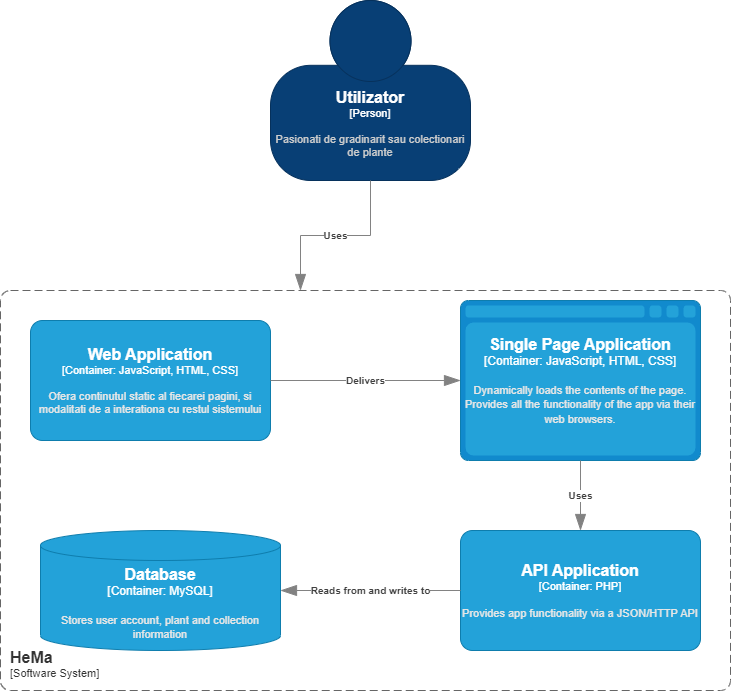
MistreanuEmanuela/Proiect-web keeps this draw.io diagram as Documentation/C4_nivel2.drawio.png. Above is the earlier version. Source tidied: cells renumbered, new cells last; positions are measured from the earlier drawing's top-left corner, leaving out a move shared by most shapes.
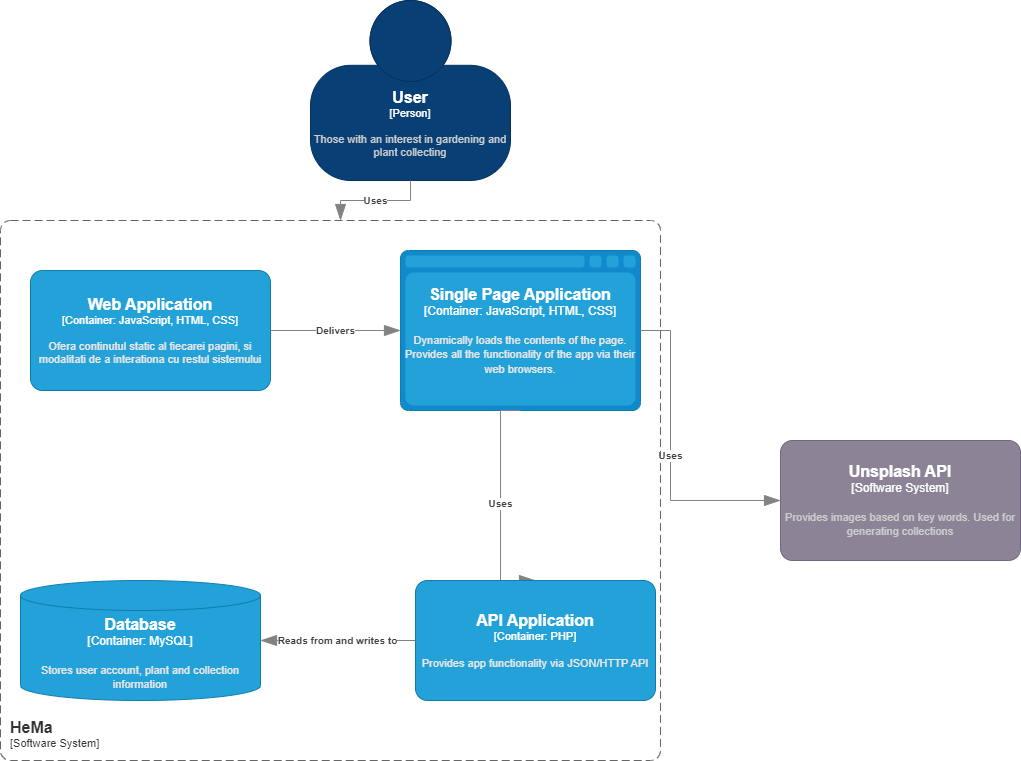
The same file after the commit.

Change to the diagram source:
```diff
@@ -2,31 +2,14 @@
   <root>
     <mxCell id="0" />
     <mxCell id="1" parent="0" />
-    <object id="2" label="&lt;font style=&quot;font-size: 16px&quot;&gt;&lt;b&gt;%c4Name%&lt;/b&gt;&lt;/font&gt;&lt;div&gt;[%c4Type%]&lt;/div&gt;&lt;br&gt;&lt;div&gt;&lt;font style=&quot;font-size: 11px&quot;&gt;&lt;font color=&quot;#cccccc&quot;&gt;%c4Description%&lt;/font&gt;&lt;/div&gt;" c4Description="Pasionati de gradinarit sau colectionari de plante" c4Name="Utilizator" c4Type="Person" placeholders="1">
-      <mxCell style="html=1;fontSize=11;dashed=0;whiteSpace=wrap;fillColor=#083F75;strokeColor=#06315C;fontColor=#ffffff;shape=mxgraph.c4.person2;align=center;points=[[0.5,0,0],[1,0.5,0],[1,0.75,0],[0.75,1,0],[0.5,1,0],[0.25,1,0],[0,0.75,0],[0,0.5,0]];" parent="1" vertex="1">
-        <mxGeometry x="270" width="200" height="180" as="geometry" />
-      </mxCell>
-    </object>
-    <object id="3" label="&lt;font style=&quot;font-size: 16px&quot;&gt;&lt;b&gt;&lt;div style=&quot;text-align: left&quot;&gt;%c4Name%&lt;/div&gt;&lt;/b&gt;&lt;/font&gt;&lt;div style=&quot;text-align: left&quot;&gt;[%c4Application%]&lt;/div&gt;" c4Application="Software System" c4Name="HeMa" c4Type="SystemScopeBoundary" placeholders="1">
-      <mxCell style="rounded=1;fontSize=11;whiteSpace=wrap;html=1;dashed=1;arcSize=20;fillColor=none;strokeColor=#666666;fontColor=#333333;labelBackgroundColor=none;align=left;verticalAlign=bottom;labelBorderColor=none;spacingTop=0;spacing=10;dashPattern=8 4;perimeter=rectanglePerimeter;noLabel=0;labelPadding=0;absoluteArcSize=1;" parent="1" vertex="1">
-        <mxGeometry y="290" width="730" height="400" as="geometry" />
-      </mxCell>
-    </object>
-    <object id="4" label="&lt;div style=&quot;text-align: left&quot;&gt;&lt;div style=&quot;text-align: center&quot;&gt;&lt;b&gt;%c4Description%&lt;/b&gt;&lt;/div&gt;" c4Description="Uses" c4Type="Relationship" placeholders="1">
-      <mxCell style="endArrow=blockThin;html=1;fontSize=10;fontColor=#404040;strokeWidth=1;endFill=1;strokeColor=#828282;elbow=vertical;endSize=14;startSize=14;jumpStyle=arc;jumpSize=16;rounded=0;edgeStyle=orthogonalEdgeStyle;exitX=0.5;exitY=1;exitDx=0;exitDy=0;exitPerimeter=0;" parent="1" edge="1" source="2">
-        <mxGeometry relative="1" as="geometry">
-          <mxPoint x="300" y="290" as="targetPoint" />
-        </mxGeometry>
-      </mxCell>
-    </object>
     <object id="5" label="&lt;font style=&quot;font-size: 16px&quot;&gt;&lt;b&gt;%c4Name%&lt;/b&gt;&lt;/font&gt;&lt;div&gt;[%c4Type%: %c4Technology%]&lt;/div&gt;&lt;br&gt;&lt;div&gt;&lt;font style=&quot;font-size: 11px&quot;&gt;&lt;font color=&quot;#E6E6E6&quot;&gt;%c4Description%&lt;/font&gt;&lt;/div&gt;" c4Description="Ofera continutul static al fiecarei pagini, si modalitati de a interationa cu restul sistemului" c4Name="Web Application" c4Technology="JavaScript, HTML, CSS" c4Type="Container" placeholders="1">
       <mxCell style="rounded=1;whiteSpace=wrap;html=1;fontSize=11;labelBackgroundColor=none;fillColor=#23A2D9;fontColor=#ffffff;align=center;arcSize=10;strokeColor=#0E7DAD;points=[[0.25,0,0],[0.5,0,0],[0.75,0,0],[1,0.25,0],[1,0.5,0],[1,0.75,0],[0.75,1,0],[0.5,1,0],[0.25,1,0],[0,0.75,0],[0,0.5,0],[0,0.25,0]];" parent="1" vertex="1">
-        <mxGeometry x="30" y="320" width="240" height="120" as="geometry" />
+        <mxGeometry x="-10" y="230" width="240" height="120" as="geometry" />
       </mxCell>
     </object>
     <object id="6" label="&lt;font style=&quot;font-size: 16px&quot;&gt;&lt;b&gt;%c4Type%&lt;/b&gt;&lt;/font&gt;&lt;div&gt;[%c4Container%:&amp;nbsp;%c4Technology%]&lt;/div&gt;&lt;br&gt;&lt;div&gt;&lt;font style=&quot;font-size: 11px&quot;&gt;&lt;font color=&quot;#E6E6E6&quot;&gt;%c4Description%&lt;/font&gt;&lt;/div&gt;" c4Container="Container" c4Description="Dynamically loads the contents of the page. Provides all the functionality of the app via their web browsers." c4Technology="JavaScript, HTML, CSS" c4Type="Single Page Application" placeholders="1">
       <mxCell style="shape=mxgraph.c4.webBrowserContainer2;whiteSpace=wrap;html=1;boundedLbl=1;rounded=0;labelBackgroundColor=none;strokeColor=#118ACD;fillColor=#23A2D9;strokeColor=#118ACD;strokeColor2=#0E7DAD;fontSize=12;fontColor=#ffffff;align=center;points=[[0.5,0,0],[1,0.25,0],[1,0.5,0],[1,0.75,0],[0.5,1,0],[0,0.75,0],[0,0.5,0],[0,0.25,0]];" parent="1" vertex="1">
-        <mxGeometry x="460" y="300" width="240" height="160" as="geometry" />
+        <mxGeometry x="360" y="210" width="240" height="160" as="geometry" />
       </mxCell>
     </object>
     <object id="7" label="&lt;div style=&quot;text-align: left&quot;&gt;&lt;div style=&quot;text-align: center&quot;&gt;&lt;b&gt;%c4Description%&lt;/b&gt;&lt;/div&gt;" c4Description="Delivers" c4Type="Relationship" placeholders="1">
@@ -34,25 +17,70 @@
         <mxGeometry relative="1" as="geometry" />
       </mxCell>
     </object>
-    <object id="8" label="&lt;font style=&quot;font-size: 16px&quot;&gt;&lt;b&gt;%c4Name%&lt;/b&gt;&lt;/font&gt;&lt;div&gt;[%c4Type%: %c4Technology%]&lt;/div&gt;&lt;br&gt;&lt;div&gt;&lt;font style=&quot;font-size: 11px&quot;&gt;&lt;font color=&quot;#E6E6E6&quot;&gt;%c4Description%&lt;/font&gt;&lt;/div&gt;" c4Description="Provides app functionality via a JSON/HTTP API" c4Name="API Application" c4Technology="PHP" c4Type="Container" placeholders="1">
-      <mxCell style="rounded=1;whiteSpace=wrap;html=1;fontSize=11;labelBackgroundColor=none;fillColor=#23A2D9;fontColor=#ffffff;align=center;arcSize=10;strokeColor=#0E7DAD;points=[[0.25,0,0],[0.5,0,0],[0.75,0,0],[1,0.25,0],[1,0.5,0],[1,0.75,0],[0.75,1,0],[0.5,1,0],[0.25,1,0],[0,0.75,0],[0,0.5,0],[0,0.25,0]];" parent="1" vertex="1">
-        <mxGeometry x="460" y="530" width="240" height="120" as="geometry" />
-      </mxCell>
-    </object>
     <object id="9" label="&lt;div style=&quot;text-align: left&quot;&gt;&lt;div style=&quot;text-align: center&quot;&gt;&lt;b&gt;%c4Description%&lt;/b&gt;&lt;/div&gt;" c4Description="Uses" c4Type="Relationship" placeholders="1">
-      <mxCell style="endArrow=blockThin;html=1;fontSize=10;fontColor=#404040;strokeWidth=1;endFill=1;strokeColor=#828282;elbow=vertical;endSize=14;startSize=14;jumpStyle=arc;jumpSize=16;rounded=0;edgeStyle=orthogonalEdgeStyle;entryX=0.5;entryY=0;entryDx=0;entryDy=0;entryPerimeter=0;exitX=0.5;exitY=1;exitDx=0;exitDy=0;exitPerimeter=0;" parent="1" edge="1" source="6" target="8">
-        <mxGeometry relative="1" as="geometry" />
+      <mxCell style="endArrow=blockThin;html=1;fontSize=10;fontColor=#404040;strokeWidth=1;endFill=1;strokeColor=#828282;elbow=vertical;endSize=14;startSize=14;jumpStyle=arc;jumpSize=16;rounded=0;edgeStyle=orthogonalEdgeStyle;exitX=0.5;exitY=1;exitDx=0;exitDy=0;exitPerimeter=0;entryX=0.5;entryY=0;entryDx=0;entryDy=0;entryPerimeter=0;" parent="1" edge="1" source="6" target="8">
+        <mxGeometry relative="1" as="geometry">
+          <Array as="points">
+            <mxPoint x="460" y="540" />
+          </Array>
+        </mxGeometry>
       </mxCell>
     </object>
     <object id="10" label="&lt;font style=&quot;font-size: 16px&quot;&gt;&lt;b&gt;%c4Type%&lt;/b&gt;&lt;/font&gt;&lt;div&gt;[%c4Container%:&amp;nbsp;%c4Technology%]&lt;/div&gt;&lt;br&gt;&lt;div&gt;&lt;font style=&quot;font-size: 11px&quot;&gt;&lt;font color=&quot;#E6E6E6&quot;&gt;%c4Description%&lt;/font&gt;&lt;/div&gt;" c4Container="Container" c4Description="Stores user account, plant and collection information" c4Technology="MySQL" c4Type="Database" placeholders="1">
       <mxCell style="shape=cylinder3;size=15;whiteSpace=wrap;html=1;boundedLbl=1;rounded=0;labelBackgroundColor=none;fillColor=#23A2D9;fontSize=12;fontColor=#ffffff;align=center;strokeColor=#0E7DAD;points=[[0.5,0,0],[1,0.25,0],[1,0.5,0],[1,0.75,0],[0.5,1,0],[0,0.75,0],[0,0.5,0],[0,0.25,0]];" parent="1" vertex="1">
-        <mxGeometry x="40" y="530" width="240" height="120" as="geometry" />
+        <mxGeometry x="-20" y="540" width="240" height="120" as="geometry" />
       </mxCell>
     </object>
     <object id="11" label="&lt;div style=&quot;text-align: left&quot;&gt;&lt;div style=&quot;text-align: center&quot;&gt;&lt;b&gt;%c4Description%&lt;/b&gt;&lt;/div&gt;" c4Description="Reads from and writes to" c4Type="Relationship" placeholders="1">
       <mxCell style="endArrow=blockThin;html=1;fontSize=10;fontColor=#404040;strokeWidth=1;endFill=1;strokeColor=#828282;elbow=vertical;endSize=14;startSize=14;jumpStyle=arc;jumpSize=16;rounded=0;edgeStyle=orthogonalEdgeStyle;entryX=1;entryY=0.5;entryDx=0;entryDy=0;entryPerimeter=0;exitX=0;exitY=0.5;exitDx=0;exitDy=0;exitPerimeter=0;" parent="1" edge="1" source="8" target="10">
-        <mxGeometry relative="1" as="geometry" />
+        <mxGeometry relative="1" as="geometry">
+          <Array as="points">
+            <mxPoint x="230" y="600" />
+          </Array>
+        </mxGeometry>
       </mxCell>
     </object>
+    <object id="8" label="&lt;font style=&quot;font-size: 16px&quot;&gt;&lt;b&gt;%c4Name%&lt;/b&gt;&lt;/font&gt;&lt;div&gt;[%c4Type%: %c4Technology%]&lt;/div&gt;&lt;br&gt;&lt;div&gt;&lt;font style=&quot;font-size: 11px&quot;&gt;&lt;font color=&quot;#E6E6E6&quot;&gt;%c4Description%&lt;/font&gt;&lt;/div&gt;" c4Description="Provides app functionality via JSON/HTTP API" c4Name="API Application" c4Technology="PHP" c4Type="Container" placeholders="1">
+      <mxCell style="rounded=1;whiteSpace=wrap;html=1;fontSize=11;labelBackgroundColor=none;fillColor=#23A2D9;fontColor=#ffffff;align=center;arcSize=10;strokeColor=#0E7DAD;points=[[0.25,0,0],[0.5,0,0],[0.75,0,0],[1,0.25,0],[1,0.5,0],[1,0.75,0],[0.75,1,0],[0.5,1,0],[0.25,1,0],[0,0.75,0],[0,0.5,0],[0,0.25,0]];" parent="1" vertex="1">
+        <mxGeometry x="375" y="540" width="240" height="120" as="geometry" />
+      </mxCell>
+    </object>
+    <object id="12" label="&lt;div style=&quot;text-align: left&quot;&gt;&lt;div style=&quot;text-align: center&quot;&gt;&lt;b&gt;%c4Description%&lt;/b&gt;&lt;/div&gt;" c4Description="Uses" c4Type="Relationship" placeholders="1">
+      <mxCell style="endArrow=blockThin;html=1;fontSize=10;fontColor=#404040;strokeWidth=1;endFill=1;strokeColor=#828282;elbow=vertical;endSize=14;startSize=14;jumpStyle=arc;jumpSize=16;rounded=0;edgeStyle=orthogonalEdgeStyle;exitX=1;exitY=0.5;exitDx=0;exitDy=0;exitPerimeter=0;entryX=0;entryY=0.5;entryDx=0;entryDy=0;entryPerimeter=0;" parent="1" edge="1" source="6" target="13">
+        <mxGeometry relative="1" as="geometry">
+          <Array as="points">
+            <mxPoint x="630" y="290" />
+            <mxPoint x="630" y="460" />
+            <mxPoint x="740" y="460" />
+          </Array>
+        </mxGeometry>
+      </mxCell>
+    </object>
+    <object id="13" label="&lt;font style=&quot;font-size: 16px&quot;&gt;&lt;b&gt;%c4Name%&lt;/b&gt;&lt;/font&gt;&lt;div&gt;[%c4Type%]&lt;/div&gt;&lt;br&gt;&lt;div&gt;&lt;font style=&quot;font-size: 11px&quot;&gt;&lt;font color=&quot;#cccccc&quot;&gt;%c4Description%&lt;/font&gt;&lt;/div&gt;" c4Description="Provides images based on key words. Used for generating collections" c4Name="Unsplash API" c4Type="Software System" placeholders="1">
+      <mxCell style="rounded=1;whiteSpace=wrap;html=1;labelBackgroundColor=none;fillColor=#8C8496;fontColor=#ffffff;align=center;arcSize=10;strokeColor=#736782;points=[[0.25,0,0],[0.5,0,0],[0.75,0,0],[1,0.25,0],[1,0.5,0],[1,0.75,0],[0.75,1,0],[0.5,1,0],[0.25,1,0],[0,0.75,0],[0,0.5,0],[0,0.25,0]];" parent="1" vertex="1">
+        <mxGeometry x="740" y="400" width="240" height="120" as="geometry" />
+      </mxCell>
+    </object>
+    <object id="2" label="&lt;font style=&quot;font-size: 16px&quot;&gt;&lt;b&gt;%c4Name%&lt;/b&gt;&lt;/font&gt;&lt;div&gt;[%c4Type%]&lt;/div&gt;&lt;br&gt;&lt;div&gt;&lt;font style=&quot;font-size: 11px&quot;&gt;&lt;font color=&quot;#cccccc&quot;&gt;%c4Description%&lt;/font&gt;&lt;/div&gt;" c4Description="Those with an interest in gardening and plant collecting" c4Name="User" c4Type="Person" placeholders="1">
+      <mxCell style="html=1;fontSize=11;dashed=0;whiteSpace=wrap;fillColor=#083F75;strokeColor=#06315C;fontColor=#ffffff;shape=mxgraph.c4.person2;align=center;points=[[0.5,0,0],[1,0.5,0],[1,0.75,0],[0.75,1,0],[0.5,1,0],[0.25,1,0],[0,0.75,0],[0,0.5,0]];" parent="1" vertex="1">
+        <mxGeometry x="270" y="-40" width="200" height="180" as="geometry" />
+      </mxCell>
+    </object>
+    <object id="4" label="&lt;div style=&quot;text-align: left&quot;&gt;&lt;div style=&quot;text-align: center&quot;&gt;&lt;b&gt;%c4Description%&lt;/b&gt;&lt;/div&gt;" c4Description="Uses" c4Type="Relationship" placeholders="1">
+      <mxCell style="endArrow=blockThin;html=1;fontSize=10;fontColor=#404040;strokeWidth=1;endFill=1;strokeColor=#828282;elbow=vertical;endSize=14;startSize=14;jumpStyle=arc;jumpSize=16;rounded=0;edgeStyle=orthogonalEdgeStyle;exitX=0.5;exitY=1;exitDx=0;exitDy=0;exitPerimeter=0;" parent="1" edge="1" source="2">
+        <mxGeometry relative="1" as="geometry">
+          <mxPoint x="300" y="180" as="targetPoint" />
+          <Array as="points">
+            <mxPoint x="370" y="160" />
+            <mxPoint x="300" y="160" />
+          </Array>
+        </mxGeometry>
+      </mxCell>
+    </object>
+    <object id="3" label="&lt;font style=&quot;font-size: 16px&quot;&gt;&lt;b&gt;&lt;div style=&quot;text-align: left&quot;&gt;%c4Name%&lt;/div&gt;&lt;/b&gt;&lt;/font&gt;&lt;div style=&quot;text-align: left&quot;&gt;[%c4Application%]&lt;/div&gt;" c4Application="Software System" c4Name="HeMa" c4Type="SystemScopeBoundary" placeholders="1">
+      <mxCell style="rounded=1;fontSize=11;whiteSpace=wrap;html=1;dashed=1;arcSize=20;fillColor=none;strokeColor=#666666;fontColor=#333333;labelBackgroundColor=none;align=left;verticalAlign=bottom;labelBorderColor=none;spacingTop=0;spacing=10;dashPattern=8 4;perimeter=rectanglePerimeter;noLabel=0;labelPadding=0;absoluteArcSize=1;" parent="1" vertex="1">
+        <mxGeometry x="-40" y="180" width="660" height="540" as="geometry" />
+      </mxCell>
+    </object>
   </root>
 </mxGraphModel>
```
